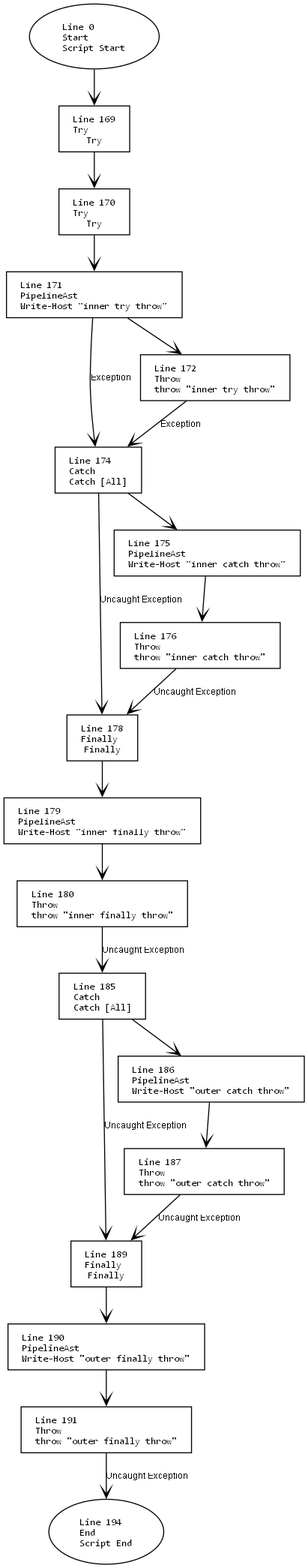
Above: in/in.png in mine41/deob (Graphviz), before the change. Its source is kept beside it as in/in.dot.
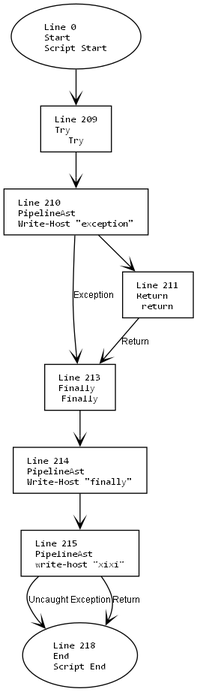
Later version of the same file.

What changed in the source:
```diff
@@ -11,42 +11,21 @@
     edge [fontname="Arial", arrowhead=vee, fontsize=9];
 
     1 [label="Line 0\lStart\lScript Start", shape=oval];
-    2 [label="Line 194\lEnd\lScript End", shape=oval];
-    3 [label="Line 169\lTry\lTry", shape=box];
-    4 [label="Line 189\lFinally\lFinally", shape=box];
-    5 [label="Line 185\lCatch\lCatch [All]", shape=box];
-    6 [label="Line 170\lTry\lTry", shape=box];
-    7 [label="Line 178\lFinally\lFinally", shape=box];
-    8 [label="Line 174\lCatch\lCatch [All]", shape=box];
-    9 [label="Line 171\lPipelineAst\lWrite-Host \"inner try throw\"", shape=box];
-    10 [label="Line 172\lThrow\lthrow \"inner try throw\"", shape=box];
-    11 [label="Line 175\lPipelineAst\lWrite-Host \"inner catch throw\"", shape=box];
-    12 [label="Line 176\lThrow\lthrow \"inner catch throw\"", shape=box];
-    13 [label="Line 179\lPipelineAst\lWrite-Host \"inner finally throw\"", shape=box];
-    14 [label="Line 180\lThrow\lthrow \"inner finally throw\"", shape=box];
-    15 [label="Line 186\lPipelineAst\lWrite-Host \"outer catch throw\"", shape=box];
-    16 [label="Line 187\lThrow\lthrow \"outer catch throw\"", shape=box];
-    17 [label="Line 190\lPipelineAst\lWrite-Host \"outer finally throw\"", shape=box];
-    18 [label="Line 191\lThrow\lthrow \"outer finally throw\"", shape=box];
+    2 [label="Line 218\lEnd\lScript End", shape=oval];
+    3 [label="Line 209\lTry\lTry", shape=box];
+    4 [label="Line 213\lFinally\lFinally", shape=box];
+    5 [label="Line 210\lPipelineAst\lWrite-Host \"exception\"", shape=box];
+    6 [label="Line 211\lReturn\lreturn", shape=box];
+    7 [label="Line 214\lPipelineAst\lWrite-Host \"finally\"", shape=box];
+    8 [label="Line 215\lPipelineAst\lwrite-host \"xixi\"", shape=box];
 
     1 -> 3;
-    3 -> 6;
-    6 -> 9;
-    9 -> 10;
-    9 -> 8 [label="Exception"];
-    10 -> 8 [label="Exception"];
-    8 -> 11;
-    11 -> 12;
-    12 -> 7 [label="Uncaught Exception"];
-    8 -> 7 [label="Uncaught Exception"];
-    7 -> 13;
-    13 -> 14;
-    14 -> 5 [label="Uncaught Exception"];
-    5 -> 15;
-    15 -> 16;
-    16 -> 4 [label="Uncaught Exception"];
-    5 -> 4 [label="Uncaught Exception"];
-    4 -> 17;
-    17 -> 18;
-    18 -> 2 [label="Uncaught Exception"];
+    3 -> 5;
+    5 -> 6;
+    5 -> 4 [label="Exception"];
+    6 -> 4 [label="Return"];
+    4 -> 7;
+    7 -> 8;
+    8 -> 2 [label="Uncaught Exception"];
+    8 -> 2 [label="Return"];
 }
```
